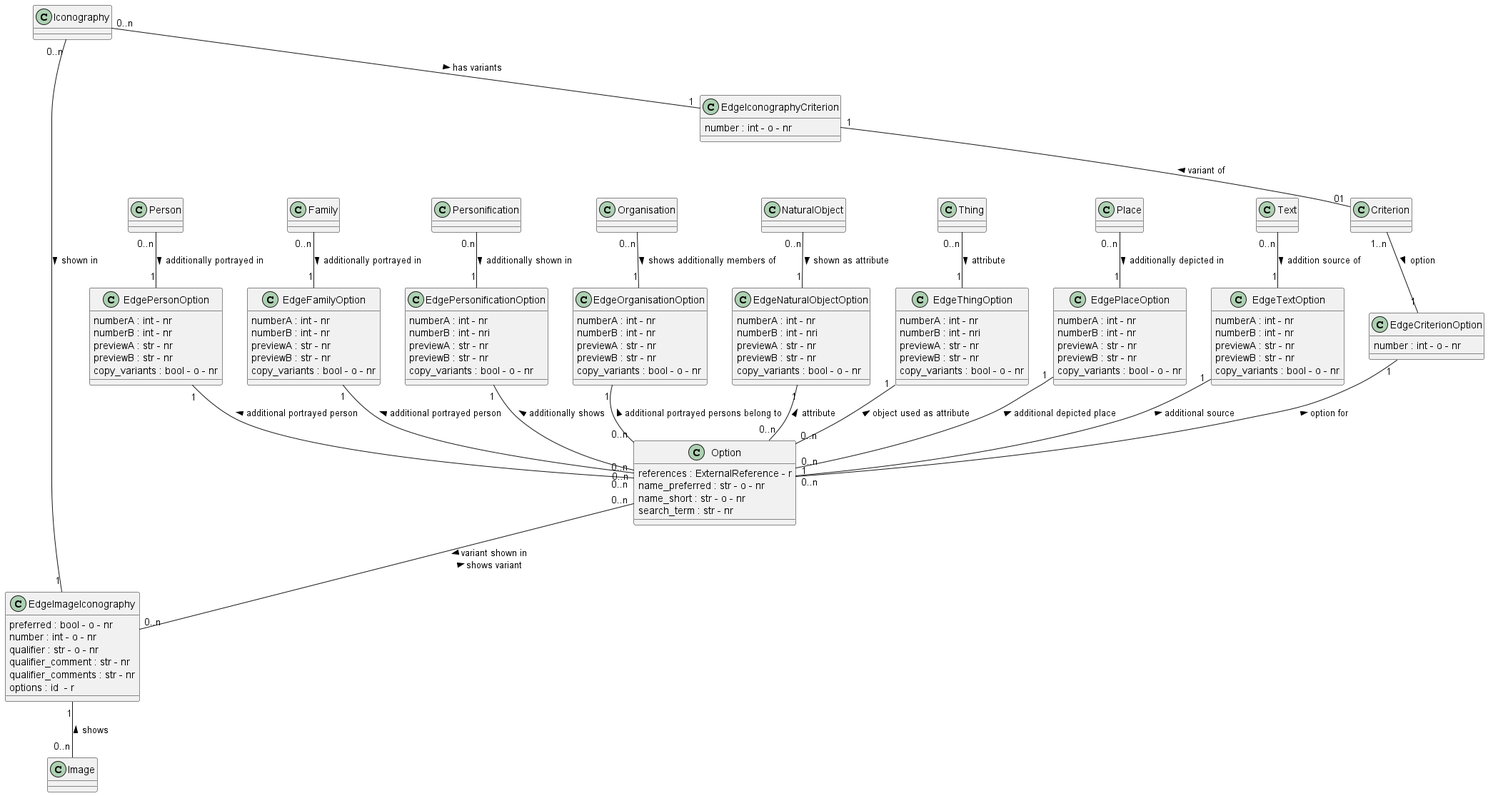
Above: documentation/class_diagrams/Option.png in tmasch/bpf_be (PlantUML), before the change.
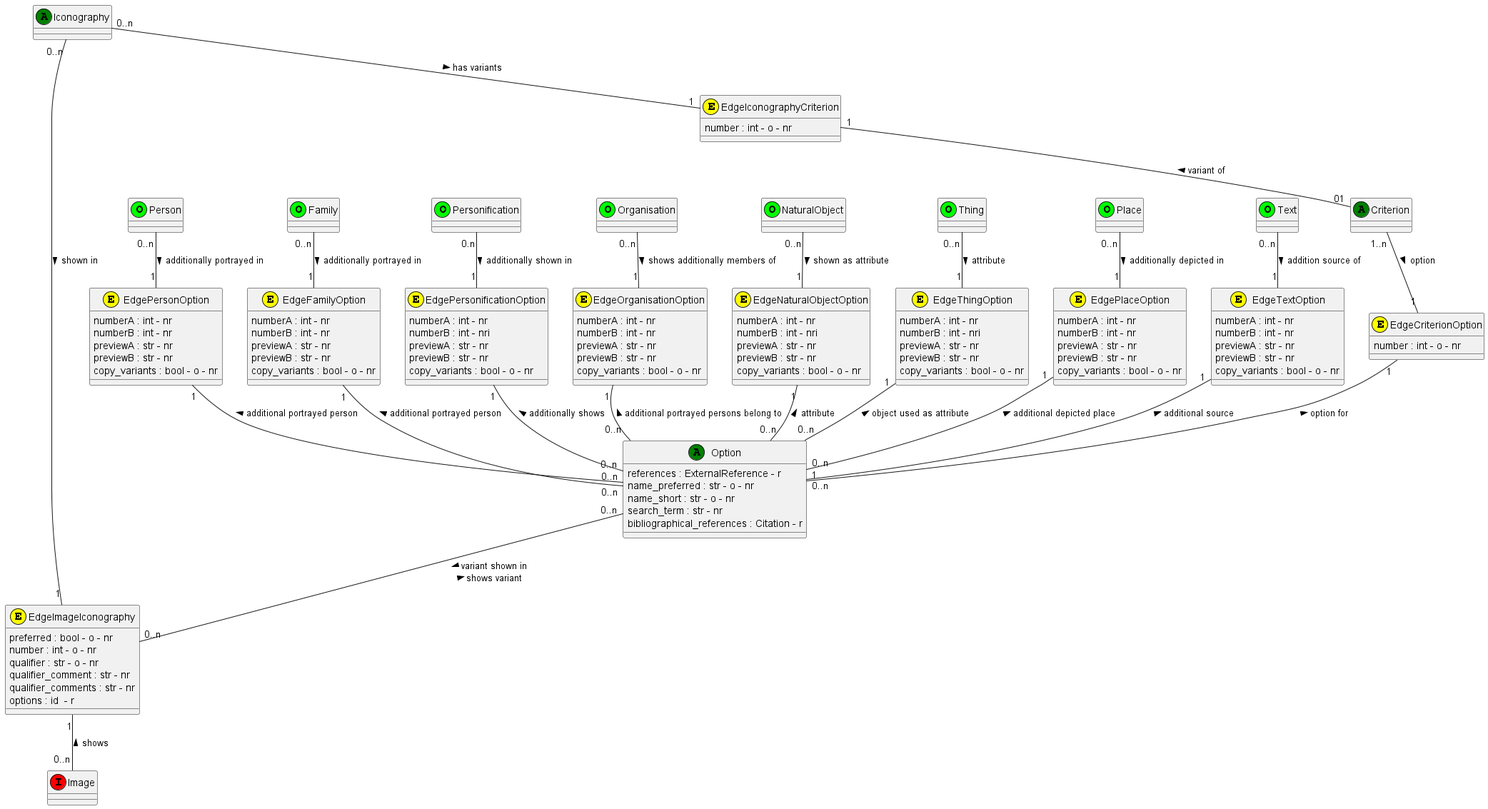
After the commit.

Diff of the diagram source:
```diff
@@ -1,83 +1,98 @@
 @startuml Option
 
-class Option
+class Option <<(A,green)>>
 Option : references : ExternalReference - r
 Option : name_preferred : str - o - nr
 Option : name_short : str - o - nr
 Option : search_term : str - nr
+Option : bibliographical_references : Citation - r
 
 
-class Person
+class Person <<(O,lime)>>
 
-class Iconography
+class Family <<(O,lime)>>
 
-class Criterion
+class Personification <<(O,lime)>>
 
-class Image
+class Organisation <<(O,lime)>>
 
-class EdgeIconographyCriterion
+class NaturalObject <<(O,lime)>>
+
+class Thing <<(O,lime)>>
+
+class Place <<(O,lime)>>
+
+class Text <<(O,lime)>>
+
+class Iconography <<(A,green)>>
+
+class Criterion <<(A,green)>>
+
+class Image <<(I,red)>>
+
+class EdgeIconographyCriterion <<(E,yellow)>>
 EdgeIconographyCriterion : number : int - o - nr
 
-class EdgeCriterionOption
+class EdgeCriterionOption <<(E,yellow)>>
 EdgeCriterionOption : number : int - o - nr
 
-class EdgePersonOption
+class EdgePersonOption <<(E,yellow)>>
 EdgePersonOption : numberA : int - nr
 EdgePersonOption : numberB : int - nr
 EdgePersonOption : previewA : str - nr
 EdgePersonOption : previewB : str - nr
 EdgePersonOption : copy_variants : bool - o - nr
 
-class EdgeFamilyOption
+class EdgeFamilyOption <<(E,yellow)>>
 EdgeFamilyOption : numberA : int - nr
 EdgeFamilyOption : numberB : int - nr
 EdgeFamilyOption : previewA : str - nr
 EdgeFamilyOption : previewB : str - nr
 EdgeFamilyOption : copy_variants : bool - o - nr
 
-class EdgePersonificationOption
+class EdgePersonificationOption <<(E,yellow)>>
 EdgePersonificationOption : numberA : int - nr
 EdgePersonificationOption : numberB : int - nri
 EdgePersonificationOption : previewA : str - nr
 EdgePersonificationOption : previewB : str - nr
 EdgePersonificationOption : copy_variants : bool - o - nr
 
-class EdgeOrganisationOption
+class EdgeOrganisationOption <<(E,yellow)>>
 EdgeOrganisationOption : numberA : int - nr
 EdgeOrganisationOption : numberB : int - nr
 EdgeOrganisationOption : previewA : str - nr
 EdgeOrganisationOption : previewB : str - nr
 EdgeOrganisationOption : copy_variants : bool - o - nr
 
-class EdgeNaturalObjectOption
+class EdgeNaturalObjectOption <<(E,yellow)>>
 EdgeNaturalObjectOption : numberA : int - nr
 EdgeNaturalObjectOption : numberB : int - nri
 EdgeNaturalObjectOption : previewA : str - nr
 EdgeNaturalObjectOption : previewB : str - nr
 EdgeNaturalObjectOption : copy_variants : bool - o - nr
 
-class EdgeThingOption
+class EdgeThingOption <<(E,yellow)>>
 EdgeThingOption : numberA : int - nr
 EdgeThingOption : numberB : int - nri
 EdgeThingOption : previewA : str - nr
 EdgeThingOption : previewB : str - nr
 EdgeThingOption : copy_variants : bool - o - nr
 
-class EdgePlaceOption
+class EdgePlaceOption <<(E,yellow)>>
 EdgePlaceOption : numberA : int - nr
 EdgePlaceOption : numberB : int - nr
 EdgePlaceOption : previewA : str - nr
 EdgePlaceOption : previewB : str - nr
 EdgePlaceOption : copy_variants : bool - o - nr
 
-class EdgeTextOption
+class EdgeTextOption <<(E,yellow)>>
 EdgeTextOption : numberA : int - nr
 EdgeTextOption : numberB : int - nr
 EdgeTextOption : previewA : str - nr
 EdgeTextOption : previewB : str - nr
 EdgeTextOption : copy_variants : bool - o - nr
 
-class EdgeImageIconography
+class EdgeImageIconography <<(E,yellow)>>
 EdgeImageIconography : preferred : bool - o - nr
 EdgeImageIconography : number : int - o - nr
 EdgeImageIconography : qualifier : str - o - nr
```
